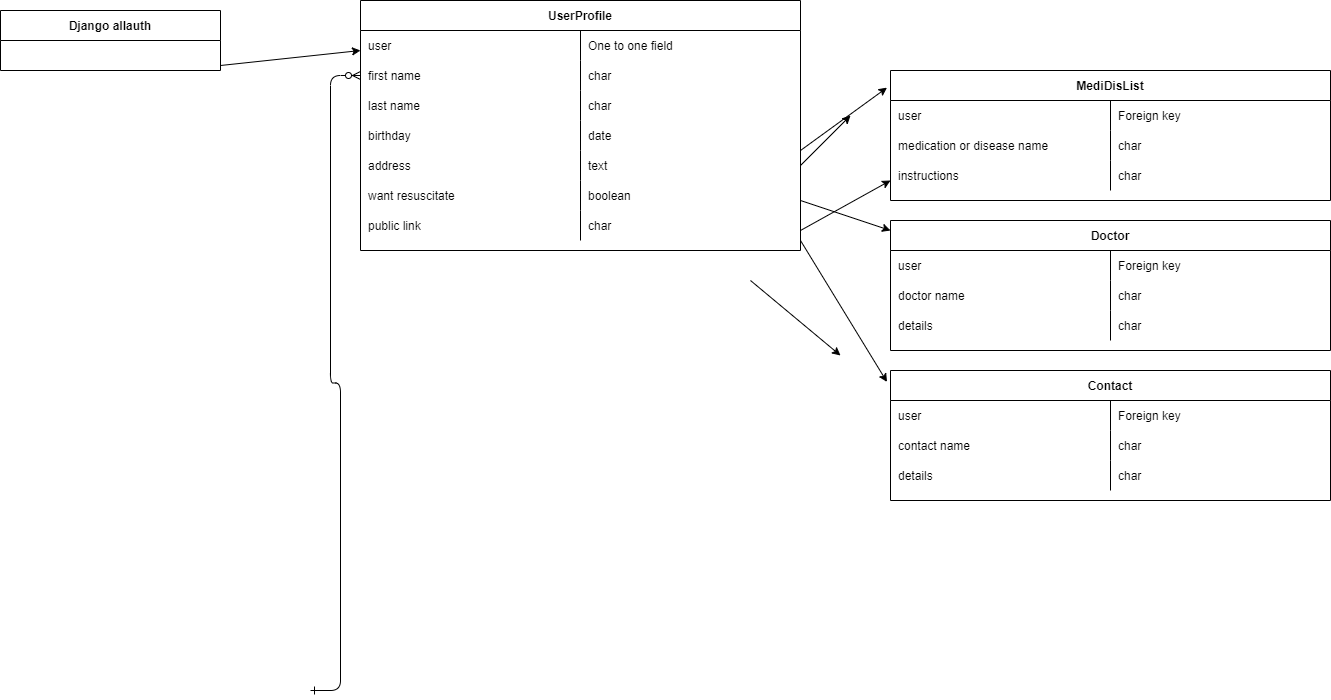
This is static/media/readme/database-diagram.png from puma13992/digial-patient, a draw.io export, as it was before one commit. Source tidied: cells renumbered, new cells last; positions are measured from the earlier drawing's top-left corner, leaving out a move shared by most shapes. The source it was exported from:
```xml
<mxGraphModel>
  <root>
    <mxCell id="0" />
    <mxCell id="1" parent="0" />
    <mxCell id="2" style="edgeStyle=entityRelationEdgeStyle;endArrow=ERzeroToMany;startArrow=ERone;endFill=1;startFill=0;" parent="1" edge="1" target="7">
      <mxGeometry relative="1" as="geometry">
        <mxPoint x="310" y="690" as="sourcePoint" />
      </mxGeometry>
    </mxCell>
    <mxCell id="3" value="UserProfile" style="shape=table;startSize=30;rowLines=0;fontStyle=1;align=center;" parent="1" vertex="1">
      <mxGeometry x="360" width="440" height="250" as="geometry" />
    </mxCell>
    <mxCell id="4" style="shape=partialRectangle;fillColor=none;top=0;left=0;right=0;bottom=0;" parent="3" vertex="1">
      <mxGeometry y="30" width="440" height="30" as="geometry" />
    </mxCell>
    <mxCell id="5" value="user" style="shape=partialRectangle;overflow=hidden;fillColor=none;top=0;left=0;bottom=0;right=0;align=left;spacingLeft=6;" parent="4" vertex="1">
      <mxGeometry width="220" height="30" as="geometry" />
    </mxCell>
    <mxCell id="6" value="One to one field" style="shape=partialRectangle;overflow=hidden;fillColor=none;top=0;left=0;bottom=0;right=0;align=left;spacingLeft=6;" parent="4" vertex="1">
      <mxGeometry x="220" width="220" height="30" as="geometry" />
    </mxCell>
    <mxCell id="7" style="shape=partialRectangle;fillColor=none;points=[[0,0.5],[1,0.5]];portConstraint=eastwest;top=0;left=0;right=0;bottom=0;" parent="3" vertex="1">
      <mxGeometry y="60" width="440" height="30" as="geometry" />
    </mxCell>
    <mxCell id="8" value="first name" style="shape=partialRectangle;overflow=hidden;fillColor=none;top=0;left=0;bottom=0;right=0;align=left;spacingLeft=6;" parent="7" vertex="1">
      <mxGeometry width="220" height="30" as="geometry" />
    </mxCell>
    <mxCell id="9" value="char" style="shape=partialRectangle;overflow=hidden;fillColor=none;top=0;left=0;bottom=0;right=0;align=left;spacingLeft=6;" parent="7" vertex="1">
      <mxGeometry x="220" width="220" height="30" as="geometry" />
    </mxCell>
    <mxCell id="10" style="shape=partialRectangle;fillColor=none;top=0;left=0;right=0;bottom=0;" parent="3" vertex="1">
      <mxGeometry y="90" width="440" height="30" as="geometry" />
    </mxCell>
    <mxCell id="11" value="last name" style="shape=partialRectangle;overflow=hidden;fillColor=none;top=0;left=0;bottom=0;right=0;align=left;spacingLeft=6;" parent="10" vertex="1">
      <mxGeometry width="220" height="30" as="geometry" />
    </mxCell>
    <mxCell id="12" value="char" style="shape=partialRectangle;overflow=hidden;fillColor=none;top=0;left=0;bottom=0;right=0;align=left;spacingLeft=6;" parent="10" vertex="1">
      <mxGeometry x="220" width="220" height="30" as="geometry" />
    </mxCell>
    <mxCell id="13" style="shape=partialRectangle;fillColor=none;top=0;left=0;right=0;bottom=0;" parent="3" vertex="1">
      <mxGeometry y="120" width="440" height="30" as="geometry" />
    </mxCell>
    <mxCell id="14" value="birthday" style="shape=partialRectangle;overflow=hidden;fillColor=none;top=0;left=0;bottom=0;right=0;align=left;spacingLeft=6;" parent="13" vertex="1">
      <mxGeometry width="220" height="30" as="geometry" />
    </mxCell>
    <mxCell id="15" value="date" style="shape=partialRectangle;overflow=hidden;fillColor=none;top=0;left=0;bottom=0;right=0;align=left;spacingLeft=6;" parent="13" vertex="1">
      <mxGeometry x="220" width="220" height="30" as="geometry" />
    </mxCell>
    <mxCell id="16" style="shape=partialRectangle;fillColor=none;top=0;left=0;right=0;bottom=0;" parent="3" vertex="1">
      <mxGeometry y="150" width="440" height="30" as="geometry" />
    </mxCell>
    <mxCell id="17" value="address" style="shape=partialRectangle;overflow=hidden;fillColor=none;top=0;left=0;bottom=0;right=0;align=left;spacingLeft=6;" parent="16" vertex="1">
      <mxGeometry width="220" height="30" as="geometry" />
    </mxCell>
    <mxCell id="18" value="text" style="shape=partialRectangle;overflow=hidden;fillColor=none;top=0;left=0;bottom=0;right=0;align=left;spacingLeft=6;" parent="16" vertex="1">
      <mxGeometry x="220" width="220" height="30" as="geometry" />
    </mxCell>
    <mxCell id="19" style="shape=partialRectangle;fillColor=none;top=0;left=0;right=0;bottom=0;" parent="3" vertex="1">
      <mxGeometry y="180" width="440" height="30" as="geometry" />
    </mxCell>
    <mxCell id="20" value="want resuscitate" style="shape=partialRectangle;overflow=hidden;fillColor=none;top=0;left=0;bottom=0;right=0;align=left;spacingLeft=6;" parent="19" vertex="1">
      <mxGeometry width="220" height="30" as="geometry" />
    </mxCell>
    <mxCell id="21" value="boolean" style="shape=partialRectangle;overflow=hidden;fillColor=none;top=0;left=0;bottom=0;right=0;align=left;spacingLeft=6;" parent="19" vertex="1">
      <mxGeometry x="220" width="220" height="30" as="geometry" />
    </mxCell>
    <mxCell id="22" style="shape=partialRectangle;fillColor=none;top=0;left=0;right=0;bottom=0;" parent="3" vertex="1">
      <mxGeometry y="210" width="440" height="30" as="geometry" />
    </mxCell>
    <mxCell id="23" value="public link" style="shape=partialRectangle;overflow=hidden;fillColor=none;top=0;left=0;bottom=0;right=0;align=left;spacingLeft=6;" parent="22" vertex="1">
      <mxGeometry width="220" height="30" as="geometry" />
    </mxCell>
    <mxCell id="24" value="char" style="shape=partialRectangle;overflow=hidden;fillColor=none;top=0;left=0;bottom=0;right=0;align=left;spacingLeft=6;" parent="22" vertex="1">
      <mxGeometry x="220" width="220" height="30" as="geometry" />
    </mxCell>
    <mxCell id="25" value="Django allauth" style="shape=table;startSize=30;rowLines=0;fontStyle=1;align=center;" parent="1" vertex="1">
      <mxGeometry y="10" width="220" height="60" as="geometry" />
    </mxCell>
    <mxCell id="26" style="shape=partialRectangle;fillColor=none;top=0;left=0;right=0;bottom=0;" parent="25" vertex="1">
      <mxGeometry y="30" width="220" height="30" as="geometry" />
    </mxCell>
    <mxCell id="27" style="shape=partialRectangle;overflow=hidden;fillColor=none;top=0;left=0;bottom=0;right=0;align=left;spacingLeft=6;" parent="26" vertex="1">
      <mxGeometry width="220" height="30" as="geometry" />
    </mxCell>
    <mxCell id="28" value="MediDisList" style="shape=table;startSize=30;rowLines=0;fontStyle=1;align=center;" parent="1" vertex="1">
      <mxGeometry x="890" y="70" width="440" height="130" as="geometry" />
    </mxCell>
    <mxCell id="29" style="shape=partialRectangle;fillColor=none;top=0;left=0;right=0;bottom=0;" parent="28" vertex="1">
      <mxGeometry y="30" width="440" height="30" as="geometry" />
    </mxCell>
    <mxCell id="30" value="user" style="shape=partialRectangle;overflow=hidden;fillColor=none;top=0;left=0;bottom=0;right=0;align=left;spacingLeft=6;" parent="29" vertex="1">
      <mxGeometry width="220" height="30" as="geometry" />
    </mxCell>
    <mxCell id="31" value="Foreign key" style="shape=partialRectangle;overflow=hidden;fillColor=none;top=0;left=0;bottom=0;right=0;align=left;spacingLeft=6;" parent="29" vertex="1">
      <mxGeometry x="220" width="220" height="30" as="geometry" />
    </mxCell>
    <mxCell id="32" style="shape=partialRectangle;fillColor=none;top=0;left=0;right=0;bottom=0;" parent="28" vertex="1">
      <mxGeometry y="60" width="440" height="30" as="geometry" />
    </mxCell>
    <mxCell id="33" value="medication or disease name" style="shape=partialRectangle;overflow=hidden;fillColor=none;top=0;left=0;bottom=0;right=0;align=left;spacingLeft=6;" parent="32" vertex="1">
      <mxGeometry width="220" height="30" as="geometry" />
    </mxCell>
    <mxCell id="34" value="char" style="shape=partialRectangle;overflow=hidden;fillColor=none;top=0;left=0;bottom=0;right=0;align=left;spacingLeft=6;" parent="32" vertex="1">
      <mxGeometry x="220" width="220" height="30" as="geometry" />
    </mxCell>
    <mxCell id="35" style="shape=partialRectangle;fillColor=none;top=0;left=0;right=0;bottom=0;" parent="28" vertex="1">
      <mxGeometry y="90" width="440" height="30" as="geometry" />
    </mxCell>
    <mxCell id="36" value="instructions" style="shape=partialRectangle;overflow=hidden;fillColor=none;top=0;left=0;bottom=0;right=0;align=left;spacingLeft=6;" parent="35" vertex="1">
      <mxGeometry width="220" height="30" as="geometry" />
    </mxCell>
    <mxCell id="37" value="char" style="shape=partialRectangle;overflow=hidden;fillColor=none;top=0;left=0;bottom=0;right=0;align=left;spacingLeft=6;" parent="35" vertex="1">
      <mxGeometry x="220" width="220" height="30" as="geometry" />
    </mxCell>
    <mxCell id="38" value="Doctor" style="shape=table;startSize=30;rowLines=0;fontStyle=1;align=center;" parent="1" vertex="1">
      <mxGeometry x="890" y="220" width="440" height="130" as="geometry" />
    </mxCell>
    <mxCell id="39" style="shape=partialRectangle;fillColor=none;top=0;left=0;right=0;bottom=0;" parent="38" vertex="1">
      <mxGeometry y="30" width="440" height="30" as="geometry" />
    </mxCell>
    <mxCell id="40" value="user" style="shape=partialRectangle;overflow=hidden;fillColor=none;top=0;left=0;bottom=0;right=0;align=left;spacingLeft=6;" parent="39" vertex="1">
      <mxGeometry width="220" height="30" as="geometry" />
    </mxCell>
    <mxCell id="41" value="Foreign key" style="shape=partialRectangle;overflow=hidden;fillColor=none;top=0;left=0;bottom=0;right=0;align=left;spacingLeft=6;" parent="39" vertex="1">
      <mxGeometry x="220" width="220" height="30" as="geometry" />
    </mxCell>
    <mxCell id="42" style="shape=partialRectangle;fillColor=none;top=0;left=0;right=0;bottom=0;" parent="38" vertex="1">
      <mxGeometry y="60" width="440" height="30" as="geometry" />
    </mxCell>
    <mxCell id="43" value="doctor name" style="shape=partialRectangle;overflow=hidden;fillColor=none;top=0;left=0;bottom=0;right=0;align=left;spacingLeft=6;" parent="42" vertex="1">
      <mxGeometry width="220" height="30" as="geometry" />
    </mxCell>
    <mxCell id="44" value="char" style="shape=partialRectangle;overflow=hidden;fillColor=none;top=0;left=0;bottom=0;right=0;align=left;spacingLeft=6;" parent="42" vertex="1">
      <mxGeometry x="220" width="220" height="30" as="geometry" />
    </mxCell>
    <mxCell id="45" style="shape=partialRectangle;fillColor=none;top=0;left=0;right=0;bottom=0;" parent="38" vertex="1">
      <mxGeometry y="90" width="440" height="30" as="geometry" />
    </mxCell>
    <mxCell id="46" value="details" style="shape=partialRectangle;overflow=hidden;fillColor=none;top=0;left=0;bottom=0;right=0;align=left;spacingLeft=6;" parent="45" vertex="1">
      <mxGeometry width="220" height="30" as="geometry" />
    </mxCell>
    <mxCell id="47" value="char" style="shape=partialRectangle;overflow=hidden;fillColor=none;top=0;left=0;bottom=0;right=0;align=left;spacingLeft=6;" parent="45" vertex="1">
      <mxGeometry x="220" width="220" height="30" as="geometry" />
    </mxCell>
    <mxCell id="48" value="Contact" style="shape=table;startSize=30;rowLines=0;fontStyle=1;align=center;" parent="1" vertex="1">
      <mxGeometry x="890" y="370" width="440" height="130" as="geometry" />
    </mxCell>
    <mxCell id="49" style="shape=partialRectangle;fillColor=none;top=0;left=0;right=0;bottom=0;" parent="48" vertex="1">
      <mxGeometry y="30" width="440" height="30" as="geometry" />
    </mxCell>
    <mxCell id="50" value="user" style="shape=partialRectangle;overflow=hidden;fillColor=none;top=0;left=0;bottom=0;right=0;align=left;spacingLeft=6;" parent="49" vertex="1">
      <mxGeometry width="220" height="30" as="geometry" />
    </mxCell>
    <mxCell id="51" value="Foreign key" style="shape=partialRectangle;overflow=hidden;fillColor=none;top=0;left=0;bottom=0;right=0;align=left;spacingLeft=6;" parent="49" vertex="1">
      <mxGeometry x="220" width="220" height="30" as="geometry" />
    </mxCell>
    <mxCell id="52" style="shape=partialRectangle;fillColor=none;top=0;left=0;right=0;bottom=0;" parent="48" vertex="1">
      <mxGeometry y="60" width="440" height="30" as="geometry" />
    </mxCell>
    <mxCell id="53" value="contact name" style="shape=partialRectangle;overflow=hidden;fillColor=none;top=0;left=0;bottom=0;right=0;align=left;spacingLeft=6;" parent="52" vertex="1">
      <mxGeometry width="220" height="30" as="geometry" />
    </mxCell>
    <mxCell id="54" value="char" style="shape=partialRectangle;overflow=hidden;fillColor=none;top=0;left=0;bottom=0;right=0;align=left;spacingLeft=6;" parent="52" vertex="1">
      <mxGeometry x="220" width="220" height="30" as="geometry" />
    </mxCell>
    <mxCell id="55" style="shape=partialRectangle;fillColor=none;top=0;left=0;right=0;bottom=0;" parent="48" vertex="1">
      <mxGeometry y="90" width="440" height="30" as="geometry" />
    </mxCell>
    <mxCell id="56" value="details" style="shape=partialRectangle;overflow=hidden;fillColor=none;top=0;left=0;bottom=0;right=0;align=left;spacingLeft=6;" parent="55" vertex="1">
      <mxGeometry width="220" height="30" as="geometry" />
    </mxCell>
    <mxCell id="57" value="char" style="shape=partialRectangle;overflow=hidden;fillColor=none;top=0;left=0;bottom=0;right=0;align=left;spacingLeft=6;" parent="55" vertex="1">
      <mxGeometry x="220" width="220" height="30" as="geometry" />
    </mxCell>
    <mxCell id="58" style="endArrow=classic;html=1;rounded=0;entryX=0;entryY=0.5;entryDx=0;entryDy=0;" parent="1" edge="1">
      <mxGeometry relative="1" as="geometry">
        <mxPoint x="220" y="65" as="sourcePoint" />
        <mxPoint x="360" y="50" as="targetPoint" />
      </mxGeometry>
    </mxCell>
    <mxCell id="59" style="endArrow=classic;html=1;rounded=0;entryX=0;entryY=0.5;entryDx=0;entryDy=0;" parent="1" edge="1">
      <mxGeometry relative="1" as="geometry">
        <mxPoint x="800" y="165" as="sourcePoint" />
        <mxPoint x="850" y="115" as="targetPoint" />
      </mxGeometry>
    </mxCell>
    <mxCell id="60" style="endArrow=classic;html=1;rounded=0;entryX=0;entryY=0.5;entryDx=0;entryDy=0;" parent="1" edge="1">
      <mxGeometry relative="1" as="geometry">
        <mxPoint x="800" y="230" as="sourcePoint" />
        <mxPoint x="890" y="180" as="targetPoint" />
      </mxGeometry>
    </mxCell>
    <mxCell id="61" style="endArrow=classic;html=1;rounded=0;entryX=-0.002;entryY=-0.085;entryDx=0;entryDy=0;entryPerimeter=0;" parent="1" edge="1">
      <mxGeometry relative="1" as="geometry">
        <mxPoint x="750" y="280" as="sourcePoint" />
        <mxPoint x="840" y="355" as="targetPoint" />
      </mxGeometry>
    </mxCell>
    <mxCell id="62" style="endArrow=classic;html=1;rounded=0;entryX=-0.008;entryY=0.132;entryDx=0;entryDy=0;entryPerimeter=0;" parent="1" edge="1" target="28">
      <mxGeometry relative="1" as="geometry">
        <mxPoint x="800" y="150" as="sourcePoint" />
      </mxGeometry>
    </mxCell>
    <mxCell id="63" style="endArrow=classic;html=1;rounded=0;" parent="1" edge="1">
      <mxGeometry relative="1" as="geometry">
        <mxPoint x="800" y="200" as="sourcePoint" />
        <mxPoint x="890" y="230" as="targetPoint" />
      </mxGeometry>
    </mxCell>
    <mxCell id="64" style="endArrow=classic;html=1;rounded=0;entryX=-0.008;entryY=0.088;entryDx=0;entryDy=0;entryPerimeter=0;" parent="1" edge="1" target="48">
      <mxGeometry relative="1" as="geometry">
        <mxPoint x="800" y="240" as="sourcePoint" />
      </mxGeometry>
    </mxCell>
  </root>
</mxGraphModel>
```
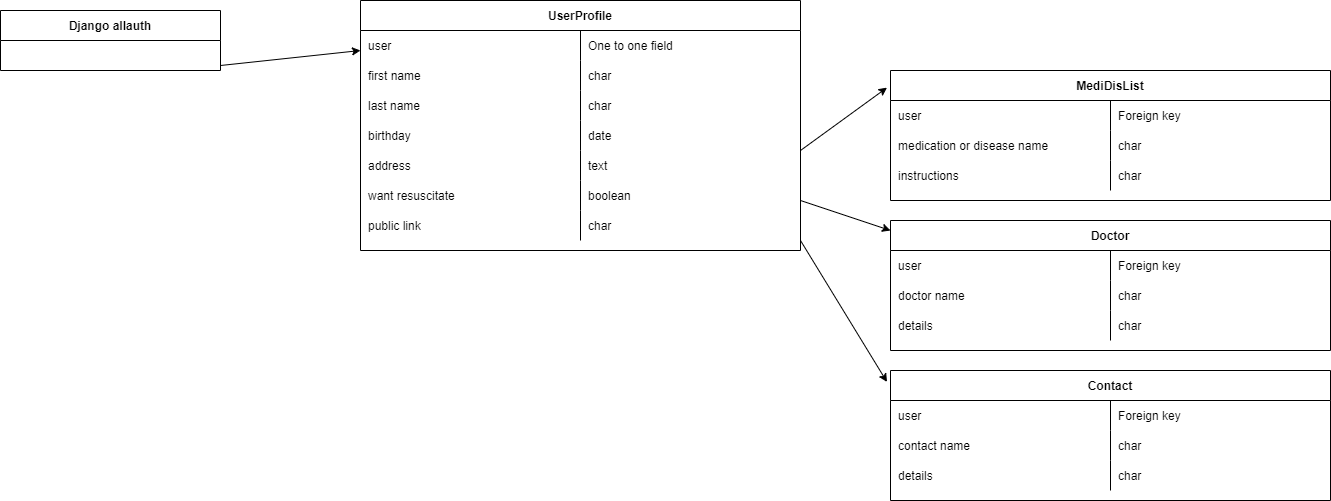
After the change.

Commit message:
Replace wrong png for database scheme

Change to the diagram source:
```diff
@@ -2,11 +2,6 @@
   <root>
     <mxCell id="0" />
     <mxCell id="1" parent="0" />
-    <mxCell id="2" style="edgeStyle=entityRelationEdgeStyle;endArrow=ERzeroToMany;startArrow=ERone;endFill=1;startFill=0;" parent="1" edge="1" target="7">
-      <mxGeometry relative="1" as="geometry">
-        <mxPoint x="310" y="690" as="sourcePoint" />
-      </mxGeometry>
-    </mxCell>
     <mxCell id="3" value="UserProfile" style="shape=table;startSize=30;rowLines=0;fontStyle=1;align=center;" parent="1" vertex="1">
       <mxGeometry x="360" width="440" height="250" as="geometry" />
     </mxCell>
@@ -178,24 +173,6 @@
         <mxPoint x="360" y="50" as="targetPoint" />
       </mxGeometry>
     </mxCell>
-    <mxCell id="59" style="endArrow=classic;html=1;rounded=0;entryX=0;entryY=0.5;entryDx=0;entryDy=0;" parent="1" edge="1">
-      <mxGeometry relative="1" as="geometry">
-        <mxPoint x="800" y="165" as="sourcePoint" />
-        <mxPoint x="850" y="115" as="targetPoint" />
-      </mxGeometry>
-    </mxCell>
-    <mxCell id="60" style="endArrow=classic;html=1;rounded=0;entryX=0;entryY=0.5;entryDx=0;entryDy=0;" parent="1" edge="1">
-      <mxGeometry relative="1" as="geometry">
-        <mxPoint x="800" y="230" as="sourcePoint" />
-        <mxPoint x="890" y="180" as="targetPoint" />
-      </mxGeometry>
-    </mxCell>
-    <mxCell id="61" style="endArrow=classic;html=1;rounded=0;entryX=-0.002;entryY=-0.085;entryDx=0;entryDy=0;entryPerimeter=0;" parent="1" edge="1">
-      <mxGeometry relative="1" as="geometry">
-        <mxPoint x="750" y="280" as="sourcePoint" />
-        <mxPoint x="840" y="355" as="targetPoint" />
-      </mxGeometry>
-    </mxCell>
     <mxCell id="62" style="endArrow=classic;html=1;rounded=0;entryX=-0.008;entryY=0.132;entryDx=0;entryDy=0;entryPerimeter=0;" parent="1" edge="1" target="28">
       <mxGeometry relative="1" as="geometry">
         <mxPoint x="800" y="150" as="sourcePoint" />
```
